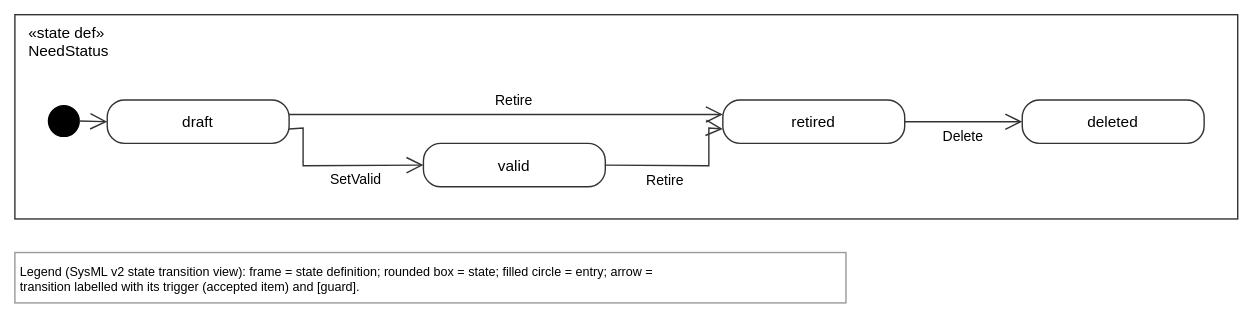
This is views/needStatus.drawio.svg from tiacsys/xdmod, a draw.io export, as it was before one commit. Source tidied: cells renumbered, new cells last; positions are measured from the earlier drawing's top-left corner, leaving out a move shared by most shapes.
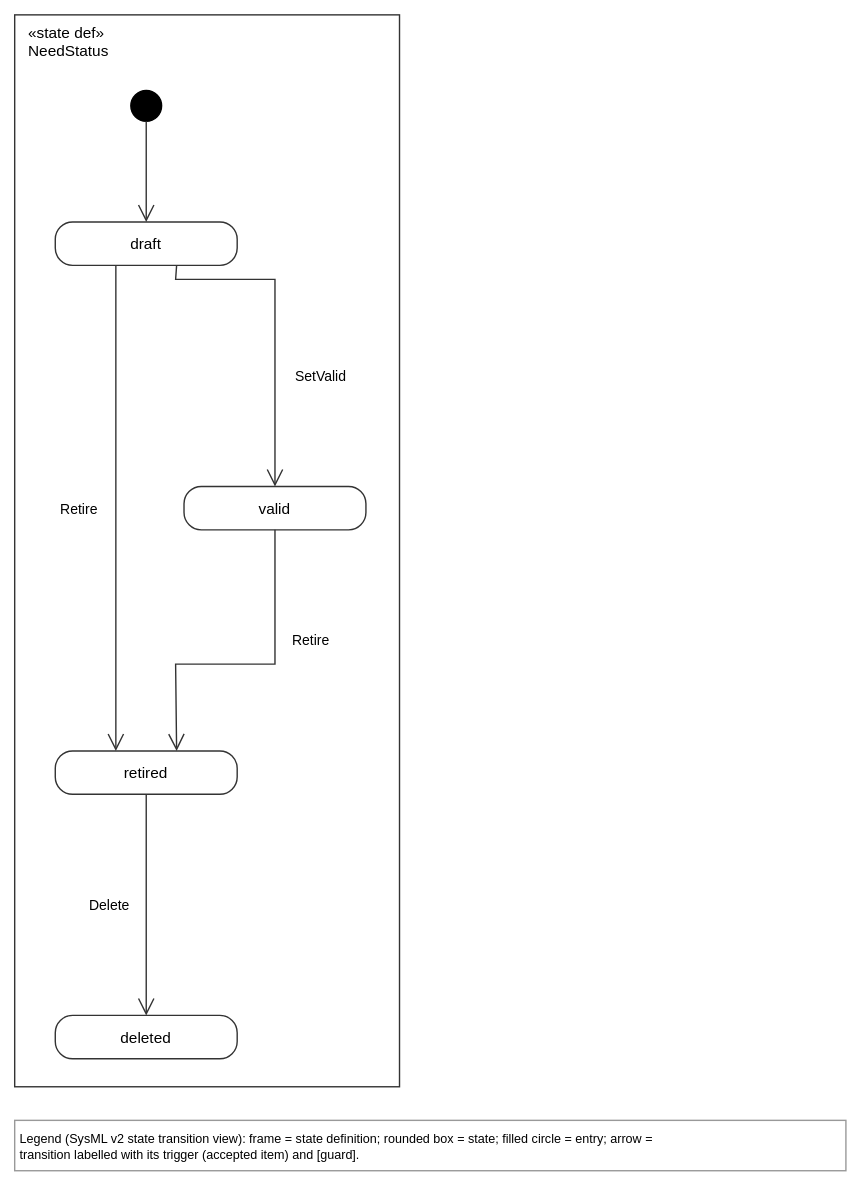
Later version of the same file.

Diff of the diagram source:
```diff
@@ -3,55 +3,55 @@
     <mxCell id="0" />
     <mxCell id="1" parent="0" />
     <mxCell id="2" value="«state def»&#10;NeedStatus" style="html=0;fontFamily=Helvetica;fontSize=11;strokeColor=#333333;rounded=0;verticalAlign=top;align=left;spacingLeft=8;fillColor=none;" parent="1" vertex="1">
-      <mxGeometry width="874" height="146" as="geometry" />
+      <mxGeometry width="275" height="766" as="geometry" />
     </mxCell>
     <mxCell id="3" value="Legend (SysML v2 state transition view): frame = state definition; rounded box = state; filled circle = entry; arrow =&#10;transition labelled with its trigger (accepted item) and [guard]." style="text;html=0;align=left;verticalAlign=top;fontFamily=Helvetica;fontSize=9;fillColor=#FFFFFF;strokeColor=#999999;spacing=4;" parent="1" vertex="1">
-      <mxGeometry y="170" width="594" height="36" as="geometry" />
+      <mxGeometry y="790" width="594" height="36" as="geometry" />
     </mxCell>
     <mxCell id="4" value="deleted" style="html=0;fontFamily=Helvetica;fontSize=11;strokeColor=#333333;rounded=1;arcSize=40;fillColor=#FFFFFF;" parent="2" vertex="1">
-      <mxGeometry x="720" y="61" width="130" height="31" as="geometry" />
+      <mxGeometry x="29" y="715" width="130" height="31" as="geometry" />
     </mxCell>
     <mxCell id="5" value="draft" style="html=0;fontFamily=Helvetica;fontSize=11;strokeColor=#333333;rounded=1;arcSize=40;fillColor=#FFFFFF;" parent="2" vertex="1">
-      <mxGeometry x="66" y="61" width="130" height="31" as="geometry" />
+      <mxGeometry x="29" y="148" width="130" height="31" as="geometry" />
     </mxCell>
     <mxCell id="6" style="ellipse;html=0;fillColor=#000000;strokeColor=#000000;noLabel=1;" parent="2" vertex="1">
-      <mxGeometry x="24" y="65" width="22" height="22" as="geometry" />
+      <mxGeometry x="83" y="54" width="22" height="22" as="geometry" />
     </mxCell>
     <mxCell id="7" value="retired" style="html=0;fontFamily=Helvetica;fontSize=11;strokeColor=#333333;rounded=1;arcSize=40;fillColor=#FFFFFF;" parent="2" vertex="1">
-      <mxGeometry x="506" y="61" width="130" height="31" as="geometry" />
+      <mxGeometry x="29" y="526" width="130" height="31" as="geometry" />
     </mxCell>
     <mxCell id="8" value="valid" style="html=0;fontFamily=Helvetica;fontSize=11;strokeColor=#333333;rounded=1;arcSize=40;fillColor=#FFFFFF;" parent="2" vertex="1">
-      <mxGeometry x="292" y="92" width="130" height="31" as="geometry" />
+      <mxGeometry x="121" y="337" width="130" height="31" as="geometry" />
     </mxCell>
-    <mxCell id="9" value="Retire" style="html=0;rounded=0;endSize=10;startSize=14;fontFamily=Helvetica;fontSize=10;labelBackgroundColor=#FFFFFF;strokeColor=#333333;endArrow=open;exitX=1.000;exitY=0.333;exitDx=0;exitDy=0;exitPerimeter=0;entryX=0.000;entryY=0.333;entryDx=0;entryDy=0;entryPerimeter=0;" parent="1" edge="1" source="5" target="7">
+    <mxCell id="9" value="Retire" style="html=0;rounded=0;endSize=10;startSize=14;fontFamily=Helvetica;fontSize=10;labelBackgroundColor=#FFFFFF;strokeColor=#333333;endArrow=open;exitX=0.333;exitY=1.000;exitDx=0;exitDy=0;exitPerimeter=0;entryX=0.333;entryY=0.000;entryDx=0;entryDy=0;entryPerimeter=0;" parent="1" edge="1" source="5" target="7">
       <mxGeometry relative="1" as="geometry">
-        <mxPoint x="6" y="-10" as="offset" />
+        <mxPoint x="-26" as="offset" />
       </mxGeometry>
     </mxCell>
-    <mxCell id="10" value="SetValid" style="html=0;rounded=0;endSize=10;startSize=14;fontFamily=Helvetica;fontSize=10;labelBackgroundColor=#FFFFFF;strokeColor=#333333;endArrow=open;exitX=1.000;exitY=0.667;exitDx=0;exitDy=0;exitPerimeter=0;entryX=0.000;entryY=0.500;entryDx=0;entryDy=0;entryPerimeter=0;" parent="1" edge="1" source="5" target="8">
+    <mxCell id="10" value="SetValid" style="html=0;rounded=0;endSize=10;startSize=14;fontFamily=Helvetica;fontSize=10;labelBackgroundColor=#FFFFFF;strokeColor=#333333;endArrow=open;exitX=0.667;exitY=1.000;exitDx=0;exitDy=0;exitPerimeter=0;entryX=0.500;entryY=0.000;entryDx=0;entryDy=0;entryPerimeter=0;" parent="1" edge="1" source="5" target="8">
       <mxGeometry relative="1" as="geometry">
         <Array as="points">
-          <mxPoint x="206" y="81" />
-          <mxPoint x="206" y="108" />
+          <mxPoint x="115" y="189" />
+          <mxPoint x="186" y="189" />
         </Array>
-        <mxPoint x="13" y="10" as="offset" />
+        <mxPoint x="33" y="35" as="offset" />
       </mxGeometry>
     </mxCell>
-    <mxCell id="11" style="html=0;rounded=0;endSize=10;startSize=14;fontFamily=Helvetica;fontSize=10;labelBackgroundColor=#FFFFFF;strokeColor=#333333;endArrow=open;exitX=1.000;exitY=0.500;exitDx=0;exitDy=0;exitPerimeter=0;entryX=0.000;entryY=0.500;entryDx=0;entryDy=0;entryPerimeter=0;" parent="1" edge="1" source="6" target="5">
+    <mxCell id="11" style="html=0;rounded=0;endSize=10;startSize=14;fontFamily=Helvetica;fontSize=10;labelBackgroundColor=#FFFFFF;strokeColor=#333333;endArrow=open;exitX=0.500;exitY=1.000;exitDx=0;exitDy=0;exitPerimeter=0;entryX=0.500;entryY=0.000;entryDx=0;entryDy=0;entryPerimeter=0;" parent="1" edge="1" source="6" target="5">
       <mxGeometry relative="1" as="geometry" />
     </mxCell>
-    <mxCell id="12" value="Delete" style="html=0;rounded=0;endSize=10;startSize=14;fontFamily=Helvetica;fontSize=10;labelBackgroundColor=#FFFFFF;strokeColor=#333333;endArrow=open;exitX=1.000;exitY=0.500;exitDx=0;exitDy=0;exitPerimeter=0;entryX=0.000;entryY=0.500;entryDx=0;entryDy=0;entryPerimeter=0;" parent="1" edge="1" source="7" target="4">
+    <mxCell id="12" value="Delete" style="html=0;rounded=0;endSize=10;startSize=14;fontFamily=Helvetica;fontSize=10;labelBackgroundColor=#FFFFFF;strokeColor=#333333;endArrow=open;exitX=0.500;exitY=1.000;exitDx=0;exitDy=0;exitPerimeter=0;entryX=0.500;entryY=0.000;entryDx=0;entryDy=0;entryPerimeter=0;" parent="1" edge="1" source="7" target="4">
       <mxGeometry relative="1" as="geometry">
-        <mxPoint y="10" as="offset" />
+        <mxPoint x="-26" as="offset" />
       </mxGeometry>
     </mxCell>
-    <mxCell id="13" value="Retire" style="html=0;rounded=0;endSize=10;startSize=14;fontFamily=Helvetica;fontSize=10;labelBackgroundColor=#FFFFFF;strokeColor=#333333;endArrow=open;exitX=1.000;exitY=0.500;exitDx=0;exitDy=0;exitPerimeter=0;entryX=0.000;entryY=0.667;entryDx=0;entryDy=0;entryPerimeter=0;" parent="1" edge="1" source="8" target="7">
+    <mxCell id="13" value="Retire" style="html=0;rounded=0;endSize=10;startSize=14;fontFamily=Helvetica;fontSize=10;labelBackgroundColor=#FFFFFF;strokeColor=#333333;endArrow=open;exitX=0.500;exitY=1.000;exitDx=0;exitDy=0;exitPerimeter=0;entryX=0.667;entryY=0.000;entryDx=0;entryDy=0;entryPerimeter=0;" parent="1" edge="1" source="8" target="7">
       <mxGeometry relative="1" as="geometry">
         <Array as="points">
-          <mxPoint x="496" y="108" />
-          <mxPoint x="496" y="81" />
+          <mxPoint x="186" y="464" />
+          <mxPoint x="115" y="464" />
         </Array>
-        <mxPoint x="-13" y="10" as="offset" />
+        <mxPoint x="45" y="-17" as="offset" />
       </mxGeometry>
     </mxCell>
   </root>
```
